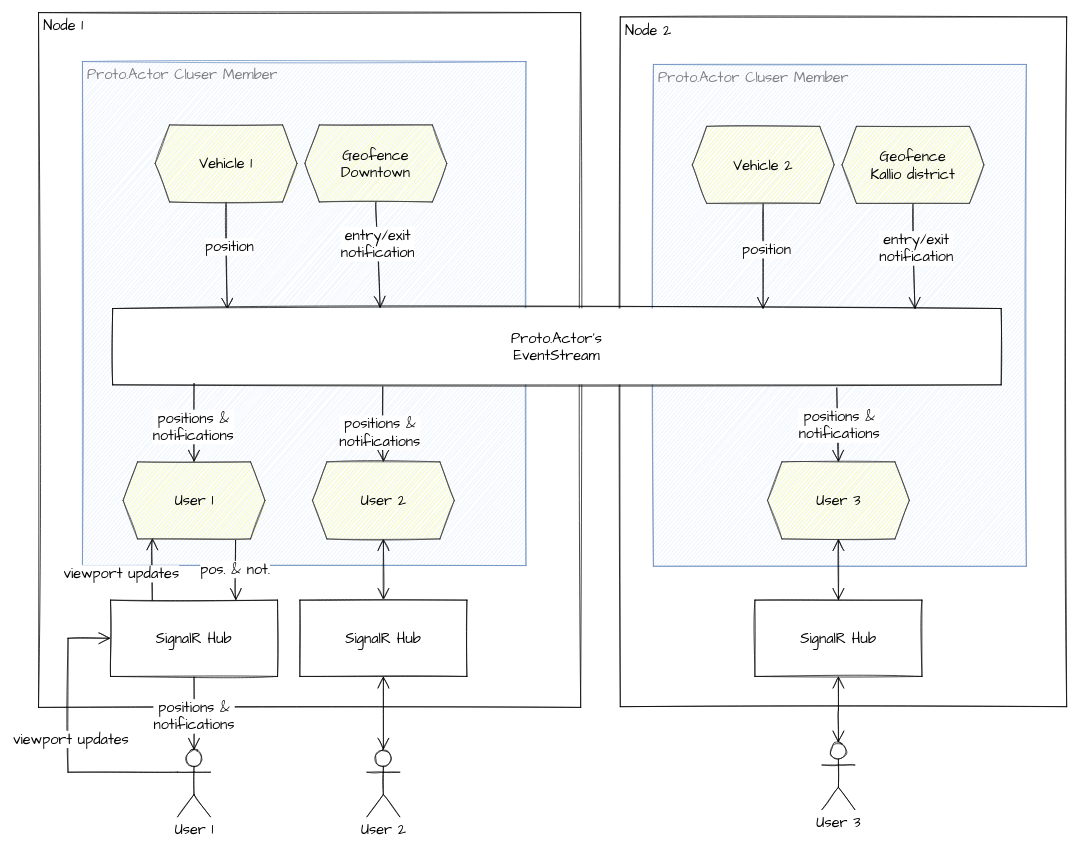
Earlier version of the draw.io diagram docs/viewport and pub sub.drawio (asynkron/realtimemap-dotnet). Source tidied: cells renumbered, new cells numbered last; positions are measured from the earlier drawing's top-left corner, leaving out a move shared by most shapes. Both pictures are drawn from the tidied source at 72%, with x=0, y=0 at pixel (38, 12).
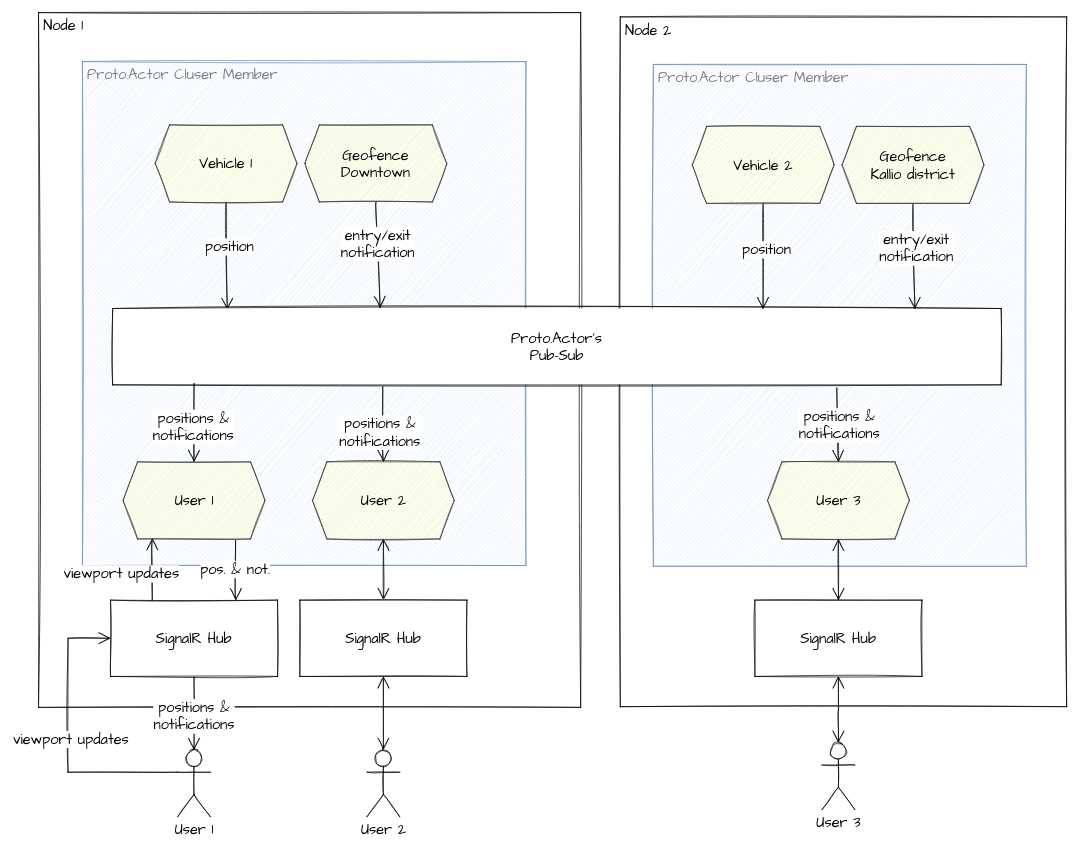
After the change.

What changed in the source:
```diff
@@
-    <mxCell id="18" value="Proto.Actor's&lt;br&gt;EventStream" style="whiteSpace=wrap;html=1;hachureGap=4;fontFamily=Architects Daughter;fontSize=20;sketch=1;" parent="1" vertex="1">
+    <mxCell id="18" value="Proto.Actor's&lt;br&gt;Pub-Sub" style="whiteSpace=wrap;html=1;hachureGap=4;fontFamily=Architects Daughter;fontSize=20;sketch=1;" parent="1" vertex="1">
       <mxGeometry x="103" y="411" width="1234" height="106" as="geometry" />
     </mxCell>
```
